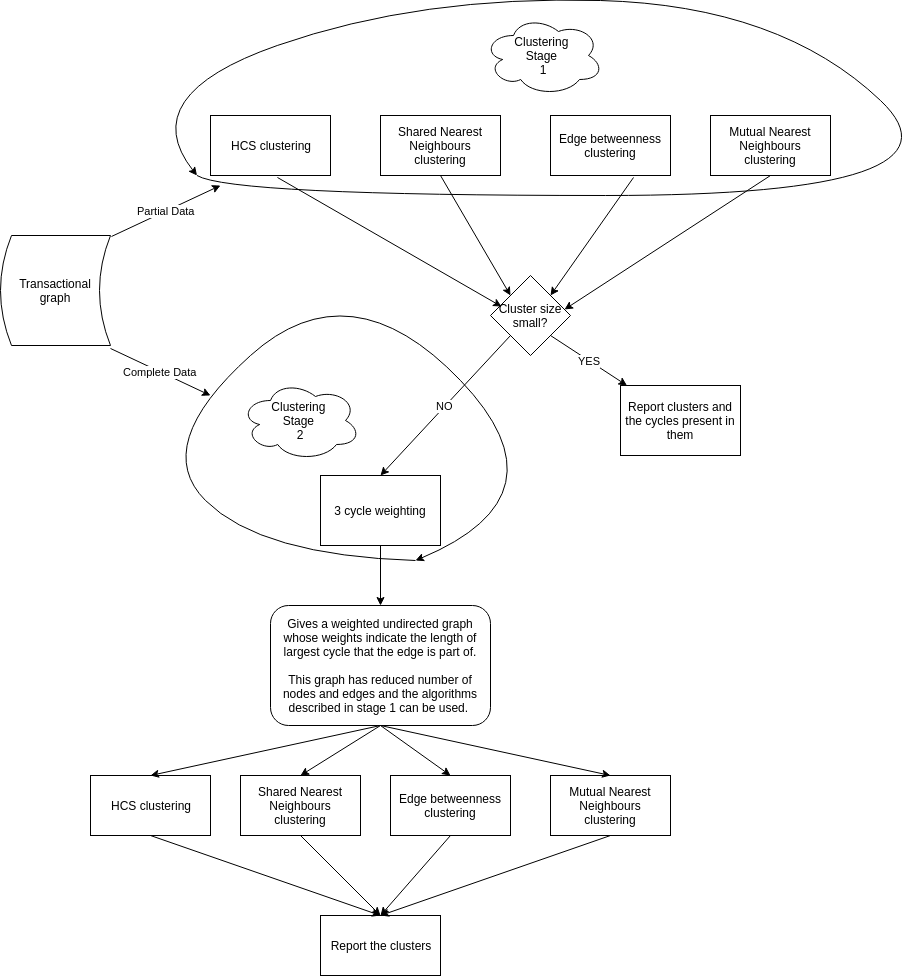
Above: project1/model.png in polarboar/Fraud-Analytics (draw.io), before the change. Source tidied: cells renumbered, new cells last; positions are measured from the earlier drawing's top-left corner, leaving out a move shared by most shapes.
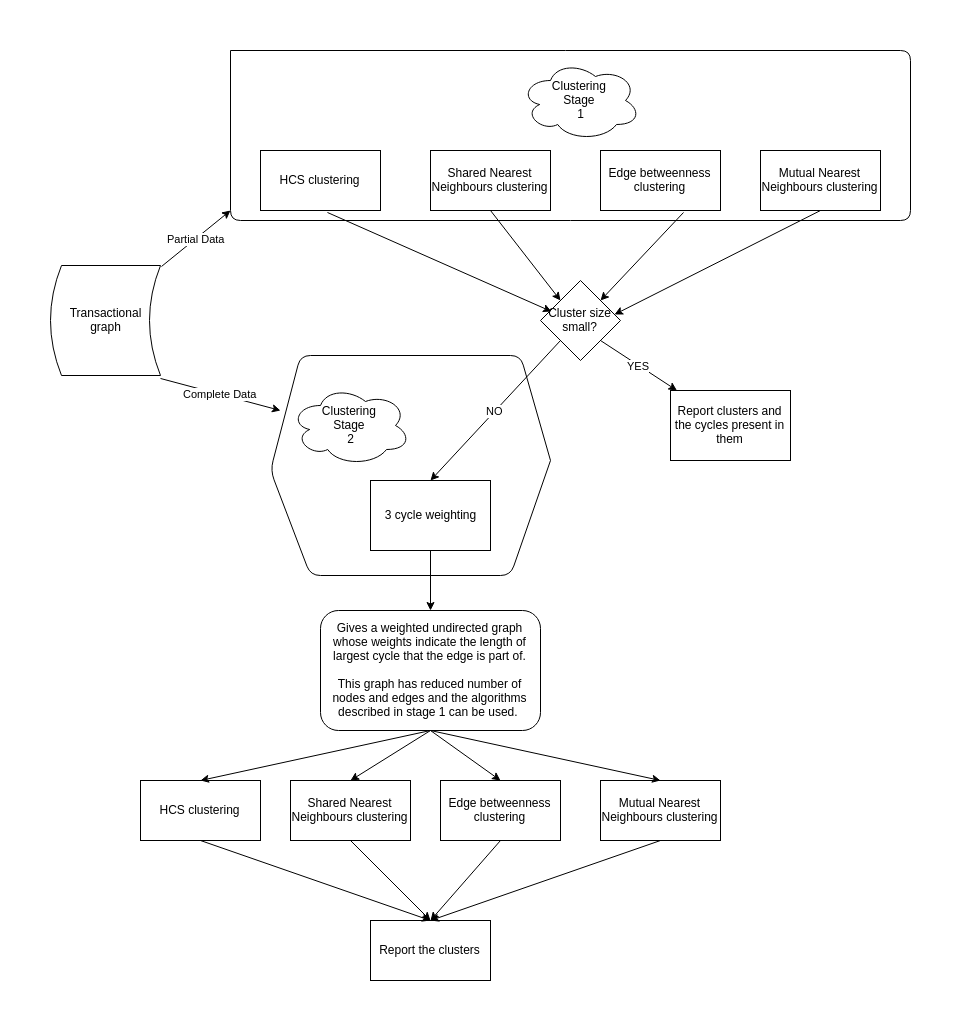
After the change.

Commit message:
Updated model to combine all the clustering results and output them to a single file

The edit, as a diff of the source:
```diff
@@ -3,16 +3,16 @@
     <mxCell id="0" />
     <mxCell id="1" parent="0" />
     <mxCell id="2" value="HCS clustering" style="rounded=0;whiteSpace=wrap;html=1;" parent="1" vertex="1">
-      <mxGeometry x="210" y="120" width="120" height="60" as="geometry" />
+      <mxGeometry x="210" y="150" width="120" height="60" as="geometry" />
     </mxCell>
     <mxCell id="3" value="Shared Nearest Neighbours clustering" style="rounded=0;whiteSpace=wrap;html=1;" parent="1" vertex="1">
-      <mxGeometry x="380" y="120" width="120" height="60" as="geometry" />
+      <mxGeometry x="380" y="150" width="120" height="60" as="geometry" />
     </mxCell>
     <mxCell id="4" value="Edge betweenness clustering" style="rounded=0;whiteSpace=wrap;html=1;" parent="1" vertex="1">
-      <mxGeometry x="550" y="120" width="120" height="60" as="geometry" />
+      <mxGeometry x="550" y="150" width="120" height="60" as="geometry" />
     </mxCell>
     <mxCell id="5" value="Mutual Nearest Neighbours clustering" style="rounded=0;whiteSpace=wrap;html=1;" parent="1" vertex="1">
-      <mxGeometry x="710" y="120" width="120" height="60" as="geometry" />
+      <mxGeometry x="710" y="150" width="120" height="60" as="geometry" />
     </mxCell>
     <mxCell id="6" value="Cluster size small?" style="rhombus;whiteSpace=wrap;html=1;" parent="1" vertex="1">
       <mxGeometry x="490" y="280" width="80" height="80" as="geometry" />
@@ -44,7 +44,7 @@
       <mxGeometry relative="1" as="geometry" />
     </mxCell>
     <mxCell id="15" value="Clustering &lt;br&gt;Stage &lt;br&gt;1" style="ellipse;shape=cloud;whiteSpace=wrap;html=1;" parent="1" vertex="1">
-      <mxGeometry x="483" y="20" width="120" height="80" as="geometry" />
+      <mxGeometry x="470" y="60" width="120" height="80" as="geometry" />
     </mxCell>
     <mxCell id="16" value="Clustering &lt;br&gt;Stage &lt;br&gt;2" style="ellipse;shape=cloud;whiteSpace=wrap;html=1;" parent="1" vertex="1">
       <mxGeometry x="240" y="385" width="120" height="80" as="geometry" />
@@ -56,41 +56,16 @@
       <mxGeometry x="270" y="610" width="220" height="120" as="geometry" />
     </mxCell>
     <mxCell id="19" value="Transactional&lt;br&gt;graph" style="shape=dataStorage;whiteSpace=wrap;html=1;" parent="1" vertex="1">
-      <mxGeometry y="240" width="110" height="110" as="geometry" />
+      <mxGeometry y="265" width="110" height="110" as="geometry" />
     </mxCell>
     <mxCell id="20" value="Partial Data" style="endArrow=classic;html=1;exitX=1.009;exitY=0.009;exitDx=0;exitDy=0;exitPerimeter=0;" parent="1" edge="1" source="19">
       <mxGeometry relative="1" as="geometry">
-        <mxPoint x="220" y="190" as="targetPoint" />
+        <mxPoint x="180" y="210" as="targetPoint" />
       </mxGeometry>
     </mxCell>
-    <mxCell id="21" style="curved=1;endArrow=classic;html=1;" parent="1" edge="1">
-      <mxGeometry relative="1" as="geometry">
-        <mxPoint x="196.5" y="180" as="sourcePoint" />
-        <mxPoint x="196.5" y="180" as="targetPoint" />
-        <Array as="points">
-          <mxPoint x="230" y="200" />
-          <mxPoint x="980" y="200" />
-          <mxPoint x="780" y="10" />
-          <mxPoint x="420" />
-          <mxPoint x="133.5" y="100" />
-        </Array>
-      </mxGeometry>
-    </mxCell>
-    <mxCell id="22" style="curved=1;endArrow=classic;html=1;" parent="1" edge="1">
-      <mxGeometry relative="1" as="geometry">
-        <mxPoint x="415" y="565" as="sourcePoint" />
-        <mxPoint x="415" y="565" as="targetPoint" />
-        <Array as="points">
-          <mxPoint x="260" y="560" />
-          <mxPoint x="150" y="450" />
-          <mxPoint x="350" y="270" />
-          <mxPoint x="570" y="500" />
-        </Array>
-      </mxGeometry>
-    </mxCell>
     <mxCell id="23" value="Complete Data" style="endArrow=classic;html=1;exitX=1;exitY=1.027;exitDx=0;exitDy=0;exitPerimeter=0;" parent="1" edge="1" source="19">
       <mxGeometry relative="1" as="geometry">
-        <mxPoint x="210" y="400" as="targetPoint" />
+        <mxPoint x="230" y="410" as="targetPoint" />
       </mxGeometry>
     </mxCell>
     <mxCell id="24" value="HCS clustering" style="rounded=0;whiteSpace=wrap;html=1;" parent="1" vertex="1">
@@ -136,5 +111,29 @@
         <mxPoint x="380" y="920" as="targetPoint" />
       </mxGeometry>
     </mxCell>
+    <mxCell id="37" style="endArrow=none;html=1;" parent="1" edge="1">
+      <mxGeometry relative="1" as="geometry">
+        <mxPoint x="500" y="460" as="sourcePoint" />
+        <mxPoint x="500" y="460" as="targetPoint" />
+        <Array as="points">
+          <mxPoint x="460" y="575" />
+          <mxPoint x="260" y="575" />
+          <mxPoint x="220" y="470" />
+          <mxPoint x="250" y="355" />
+          <mxPoint x="470" y="355" />
+        </Array>
+      </mxGeometry>
+    </mxCell>
+    <mxCell id="38" style="endArrow=none;html=1;" parent="1" edge="1">
+      <mxGeometry relative="1" as="geometry">
+        <mxPoint x="180" y="50" as="sourcePoint" />
+        <mxPoint x="180" y="50" as="targetPoint" />
+        <Array as="points">
+          <mxPoint x="860" y="50" />
+          <mxPoint x="860" y="220" />
+          <mxPoint x="180" y="220" />
+        </Array>
+      </mxGeometry>
+    </mxCell>
   </root>
 </mxGraphModel>
```
